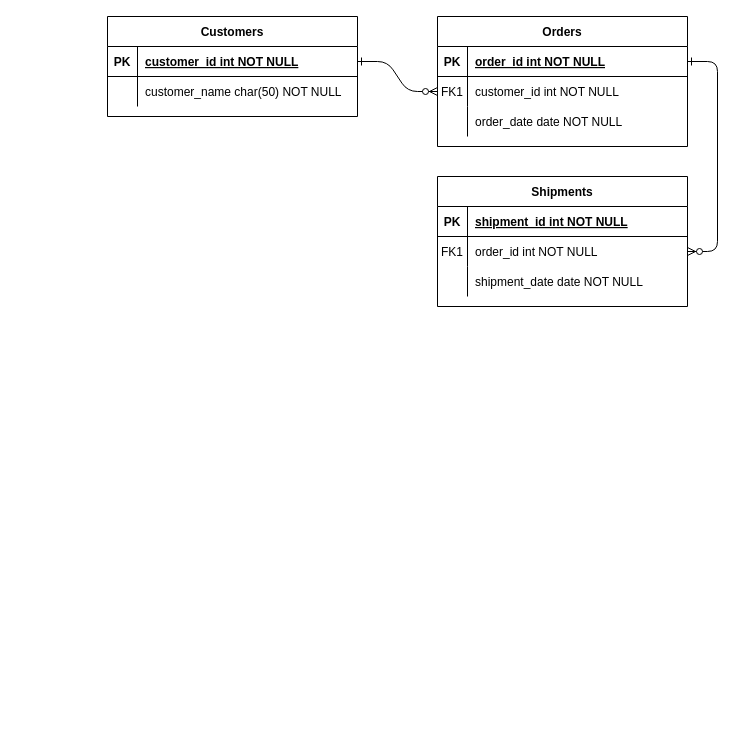
Above: Untitled Diagram.drawio in sathvika-seshasayee/EmployeeManagement-java (draw.io), before the change. Source tidied: cells renumbered, new cells numbered last; positions are measured from the earlier drawing's top-left corner, leaving out a move shared by most shapes. Both pictures are drawn from the tidied source at 100%, with x=0, y=0 at pixel (107, 16).
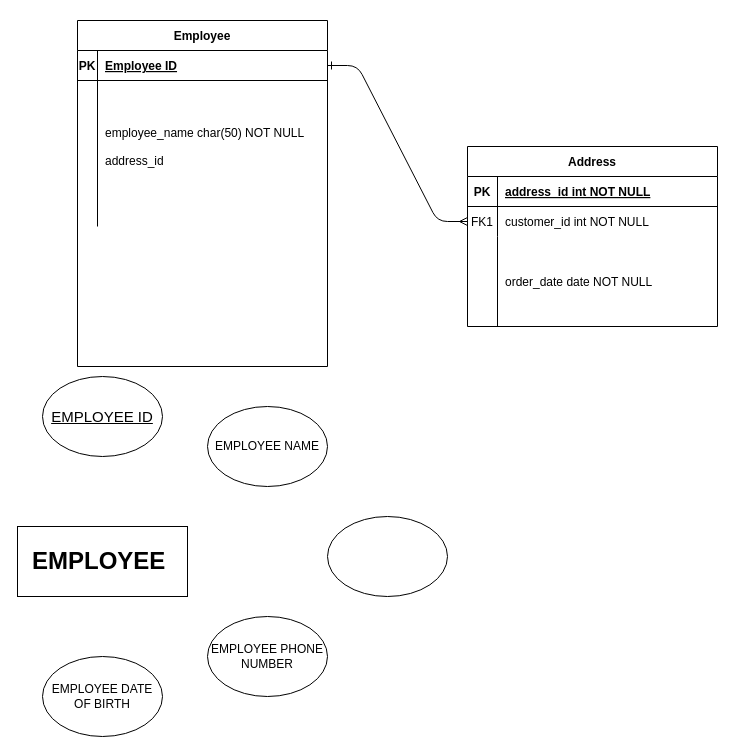
The same diagram, later.

Commit message:
Employee Address ER diagram

The change refers to these unchanged cells:
```xml
<mxCell id="5" style="shape=partialRectangle;fillColor=none;points=[[0,0.5],[1,0.5]];portConstraint=eastwest;top=0;left=0;right=0;bottom=1;" parent="4" vertex="1">
  <mxGeometry y="30" width="250" height="30" as="geometry" />
</mxCell>
<mxCell id="8" style="shape=partialRectangle;fillColor=none;points=[[0,0.5],[1,0.5]];portConstraint=eastwest;top=0;left=0;right=0;bottom=0;" parent="4" vertex="1">
  <mxGeometry y="60" width="250" height="30" as="geometry" />
</mxCell>
<mxCell id="25" style="shape=partialRectangle;fillColor=none;points=[[0,0.5],[1,0.5]];portConstraint=eastwest;top=0;left=0;right=0;bottom=1;" parent="24" vertex="1">
  <mxGeometry y="30" width="250" height="30" as="geometry" />
</mxCell>
```

Change to the diagram source:
```diff
@@
-    <mxCell id="2" style="edgeStyle=entityRelationEdgeStyle;endArrow=ERzeroToMany;startArrow=ERone;endFill=1;startFill=0;" parent="1" edge="1" source="25" target="8">
+    <mxCell id="2" style="edgeStyle=entityRelationEdgeStyle;endArrow=ERmany;startArrow=ERone;endFill=0;startFill=0;" parent="1" edge="1" source="25" target="8">
       <mxGeometry relative="1" as="geometry" />
     </mxCell>
-    <mxCell id="3" style="edgeStyle=entityRelationEdgeStyle;endArrow=ERzeroToMany;startArrow=ERone;endFill=1;startFill=0;" parent="1" edge="1" source="5" target="18">
-      <mxGeometry relative="1" as="geometry" />
-    </mxCell>
-    <mxCell id="4" value="Orders" style="shape=table;startSize=30;childLayout=tableLayout;rowLines=0;fontStyle=1;align=center;" parent="1" vertex="1">
-      <mxGeometry x="330" width="250" height="130" as="geometry" />
+    <mxCell id="4" value="Address" style="shape=table;startSize=30;childLayout=tableLayout;rowLines=0;fontStyle=1;align=center;" parent="1" vertex="1">
+      <mxGeometry x="360" y="130" width="250" height="180" as="geometry" />
     </mxCell>
@@
-    <mxCell id="7" value="order_id int NOT NULL " style="shape=partialRectangle;overflow=hidden;fillColor=none;top=0;left=0;bottom=0;right=0;align=left;spacingLeft=6;fontStyle=5;" parent="5" vertex="1">
+    <mxCell id="7" value="address_id int NOT NULL " style="shape=partialRectangle;overflow=hidden;fillColor=none;top=0;left=0;bottom=0;right=0;align=left;spacingLeft=6;fontStyle=5;" parent="5" vertex="1">
       <mxGeometry x="30" width="220" height="30" as="geometry" />
     </mxCell>
@@
     <mxCell id="11" style="shape=partialRectangle;fillColor=none;top=0;left=0;right=0;bottom=0;" parent="4" vertex="1">
-      <mxGeometry y="90" width="250" height="30" as="geometry" />
+      <mxGeometry y="90" width="250" height="90" as="geometry" />
     </mxCell>
     <mxCell id="12" style="shape=partialRectangle;overflow=hidden;fillColor=none;top=0;left=0;bottom=0;right=0;" parent="11" vertex="1">
-      <mxGeometry width="30" height="30" as="geometry" />
+      <mxGeometry width="30" height="90" as="geometry" />
     </mxCell>
     <mxCell id="13" value="order_date date NOT NULL" style="shape=partialRectangle;overflow=hidden;fillColor=none;top=0;left=0;bottom=0;right=0;align=left;spacingLeft=6;" parent="11" vertex="1">
-      <mxGeometry x="30" width="220" height="30" as="geometry" />
+      <mxGeometry x="30" width="220" height="90" as="geometry" />
     </mxCell>
-    <mxCell id="14" value="Shipments" style="shape=table;startSize=30;childLayout=tableLayout;rowLines=0;fontStyle=1;align=center;" parent="1" vertex="1">
-      <mxGeometry x="330" y="160" width="250" height="130" as="geometry" />
-    </mxCell>
-    <mxCell id="15" style="shape=partialRectangle;fillColor=none;top=0;left=0;right=0;bottom=1;" parent="14" vertex="1">
-      <mxGeometry y="30" width="250" height="30" as="geometry" />
-    </mxCell>
-    <mxCell id="16" value="PK" style="shape=partialRectangle;overflow=hidden;fillColor=none;top=0;left=0;bottom=0;right=0;fontStyle=1;" parent="15" vertex="1">
-      <mxGeometry width="30" height="30" as="geometry" />
-    </mxCell>
-    <mxCell id="17" value="shipment_id int NOT NULL " style="shape=partialRectangle;overflow=hidden;fillColor=none;top=0;left=0;bottom=0;right=0;align=left;spacingLeft=6;fontStyle=5;" parent="15" vertex="1">
-      <mxGeometry x="30" width="220" height="30" as="geometry" />
-    </mxCell>
-    <mxCell id="18" style="shape=partialRectangle;fillColor=none;points=[[0,0.5],[1,0.5]];portConstraint=eastwest;top=0;left=0;right=0;bottom=0;" parent="14" vertex="1">
-      <mxGeometry y="60" width="250" height="30" as="geometry" />
-    </mxCell>
-    <mxCell id="19" value="FK1" style="shape=partialRectangle;overflow=hidden;fillColor=none;top=0;left=0;bottom=0;right=0;" parent="18" vertex="1">
-      <mxGeometry width="30" height="30" as="geometry" />
-    </mxCell>
-    <mxCell id="20" value="order_id int NOT NULL" style="shape=partialRectangle;overflow=hidden;fillColor=none;top=0;left=0;bottom=0;right=0;align=left;spacingLeft=6;" parent="18" vertex="1">
-      <mxGeometry x="30" width="220" height="30" as="geometry" />
-    </mxCell>
-    <mxCell id="21" style="shape=partialRectangle;fillColor=none;top=0;left=0;right=0;bottom=0;" parent="14" vertex="1">
-      <mxGeometry y="90" width="250" height="30" as="geometry" />
-    </mxCell>
-    <mxCell id="22" style="shape=partialRectangle;overflow=hidden;fillColor=none;top=0;left=0;bottom=0;right=0;" parent="21" vertex="1">
-      <mxGeometry width="30" height="30" as="geometry" />
-    </mxCell>
-    <mxCell id="23" value="shipment_date date NOT NULL" style="shape=partialRectangle;overflow=hidden;fillColor=none;top=0;left=0;bottom=0;right=0;align=left;spacingLeft=6;" parent="21" vertex="1">
-      <mxGeometry x="30" width="220" height="30" as="geometry" />
-    </mxCell>
-    <mxCell id="24" value="Customers" style="shape=table;startSize=30;childLayout=tableLayout;rowLines=0;fontStyle=1;align=center;" parent="1" vertex="1">
-      <mxGeometry width="250" height="100" as="geometry" />
+    <mxCell id="24" value="Employee" style="shape=table;startSize=30;childLayout=tableLayout;rowLines=0;fontStyle=1;align=center;" parent="1" vertex="1">
+      <mxGeometry x="-30" y="4" width="250" height="346" as="geometry" />
     </mxCell>
@@
     <mxCell id="26" value="PK" style="shape=partialRectangle;overflow=hidden;fillColor=none;top=0;left=0;bottom=0;right=0;fontStyle=1;" parent="25" vertex="1">
-      <mxGeometry width="30" height="30" as="geometry" />
+      <mxGeometry width="20" height="30" as="geometry" />
     </mxCell>
-    <mxCell id="27" value="customer_id int NOT NULL " style="shape=partialRectangle;overflow=hidden;fillColor=none;top=0;left=0;bottom=0;right=0;align=left;spacingLeft=6;fontStyle=5;" parent="25" vertex="1">
-      <mxGeometry x="30" width="220" height="30" as="geometry" />
+    <mxCell id="27" value="Employee ID" style="shape=partialRectangle;overflow=hidden;fillColor=none;top=0;left=0;bottom=0;right=0;align=left;spacingLeft=6;fontStyle=5;" parent="25" vertex="1">
+      <mxGeometry x="20" width="230" height="30" as="geometry" />
     </mxCell>
     <mxCell id="28" style="shape=partialRectangle;fillColor=none;top=0;left=0;right=0;bottom=0;" parent="24" vertex="1">
-      <mxGeometry y="60" width="250" height="30" as="geometry" />
+      <mxGeometry y="60" width="250" height="146" as="geometry" />
     </mxCell>
     <mxCell id="29" style="shape=partialRectangle;overflow=hidden;fillColor=none;top=0;left=0;bottom=0;right=0;" parent="28" vertex="1">
-      <mxGeometry width="30" height="30" as="geometry" />
+      <mxGeometry width="20" height="146" as="geometry" />
     </mxCell>
-    <mxCell id="30" value="customer_name char(50) NOT NULL" style="shape=partialRectangle;overflow=hidden;fillColor=none;top=0;left=0;bottom=0;right=0;align=left;spacingLeft=6;" parent="28" vertex="1">
-      <mxGeometry x="30" width="220" height="30" as="geometry" />
+    <mxCell id="30" value="employee_name char(50) NOT NULL &#10;&#10;address_id&#10; " style="shape=partialRectangle;overflow=hidden;fillColor=none;top=0;left=0;bottom=0;right=0;align=left;spacingLeft=6;" parent="28" vertex="1">
+      <mxGeometry x="20" width="230" height="146" as="geometry" />
     </mxCell>
+    <mxCell id="31" style="rounded=0;whiteSpace=wrap;html=1;" parent="1" vertex="1">
+      <mxGeometry x="-90" y="510" width="170" height="70" as="geometry" />
+    </mxCell>
+    <mxCell id="32" value="EMPLOYEE ID" style="ellipse;whiteSpace=wrap;html=1;fontSize=15;fontStyle=4;" parent="1" vertex="1">
+      <mxGeometry x="-65" y="360" width="120" height="80" as="geometry" />
+    </mxCell>
+    <mxCell id="33" value="EMPLOYEE NAME" style="ellipse;whiteSpace=wrap;html=1;" parent="1" vertex="1">
+      <mxGeometry x="100" y="390" width="120" height="80" as="geometry" />
+    </mxCell>
+    <mxCell id="34" value="&lt;h1&gt;EMPLOYEE&lt;/h1&gt;" style="text;html=1;strokeColor=none;fillColor=none;spacing=5;spacingTop=-20;whiteSpace=wrap;overflow=hidden;rounded=0;" parent="1" vertex="1">
+      <mxGeometry x="-80" y="525" width="150" height="35" as="geometry" />
+    </mxCell>
+    <mxCell id="35" value="EMPLOYEE PHONE NUMBER" style="ellipse;whiteSpace=wrap;html=1;fontSize=12;" parent="1" vertex="1">
+      <mxGeometry x="100" y="600" width="120" height="80" as="geometry" />
+    </mxCell>
+    <mxCell id="36" value="EMPLOYEE DATE OF BIRTH" style="ellipse;whiteSpace=wrap;html=1;fontSize=12;" parent="1" vertex="1">
+      <mxGeometry x="-65" y="640" width="120" height="80" as="geometry" />
+    </mxCell>
+    <mxCell id="37" style="ellipse;whiteSpace=wrap;html=1;fontSize=12;" parent="1" vertex="1">
+      <mxGeometry x="220" y="500" width="120" height="80" as="geometry" />
+    </mxCell>
```
